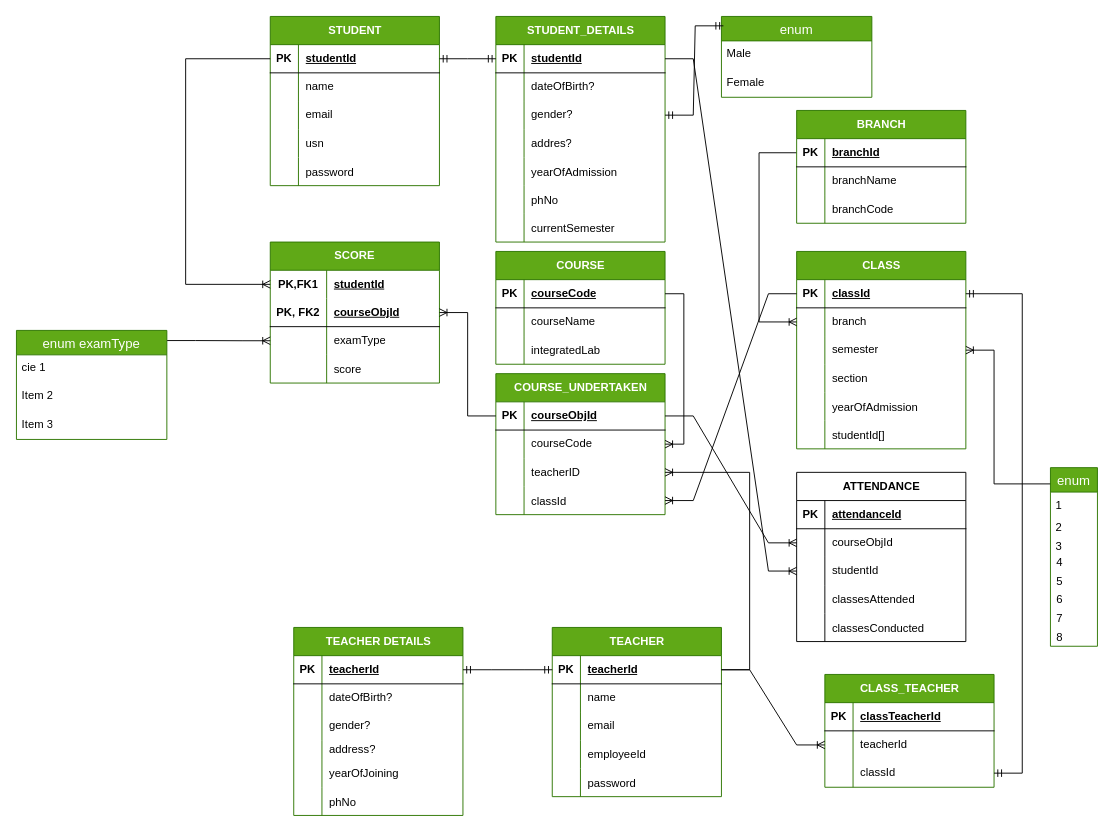
This is server/CodeIo.drawio from raina-pulkit/CodeIO, a draw.io file, before an edit. Source tidied: cells renumbered, new cells numbered last; positions are measured from the earlier drawing's top-left corner, leaving out a move shared by most shapes. Both pictures are drawn from the tidied source at 94%, with x=0, y=0 at pixel (16, 16).
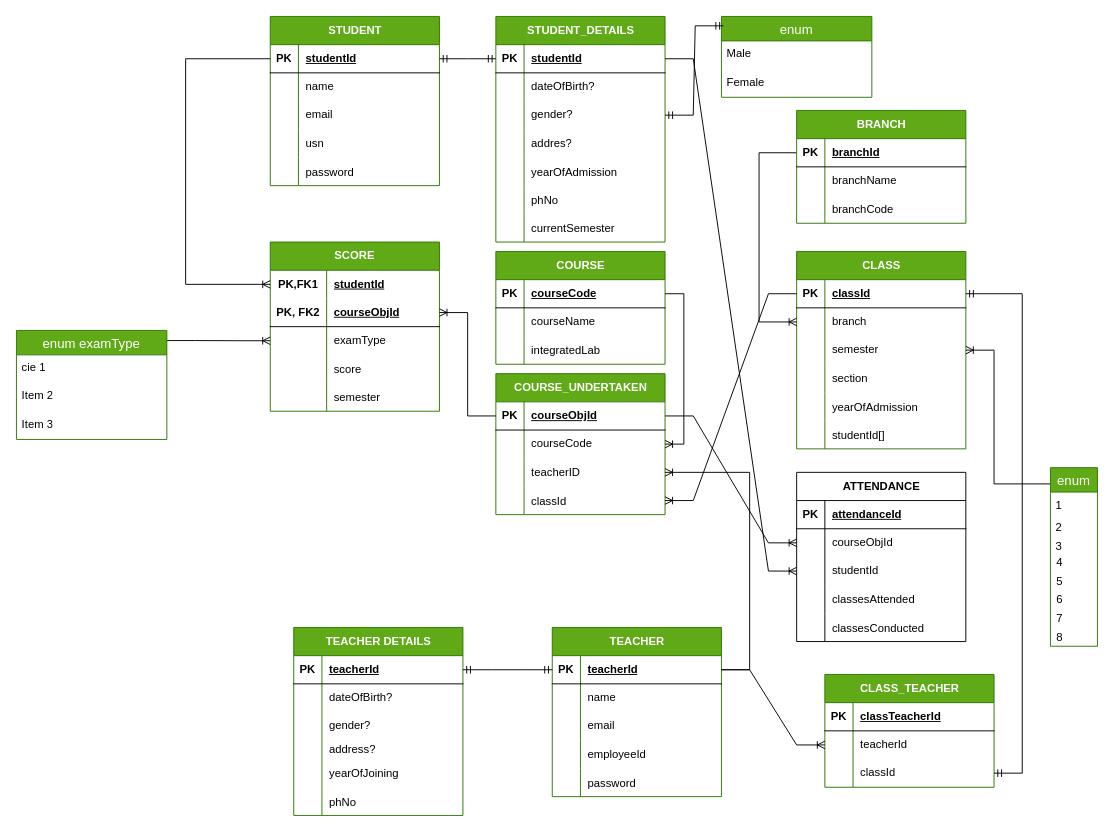
The same page after the edit.

Change to the diagram source:
```diff
@@
     <mxCell id="45" value="SCORE" style="shape=table;startSize=30;childLayout=tableLayout;rowLines=0;fontStyle=1;align=center;html=1;whiteSpace=wrap;fillColor=#60a917;fontColor=#ffffff;strokeColor=#2D7600;" parent="1" vertex="1">
-      <mxGeometry x="270" y="240" width="180" height="150" as="geometry" />
+      <mxGeometry x="270" y="240" width="180" height="180" as="geometry" />
     </mxCell>
@@
+    <mxCell id="208" style="shape=tableRow;horizontal=0;startSize=0;swimlaneHead=0;swimlaneBody=0;fillColor=none;top=0;left=0;right=0;bottom=0;" parent="45" vertex="1">
+      <mxGeometry y="150" width="180" height="30" as="geometry" />
+    </mxCell>
+    <mxCell id="209" style="shape=partialRectangle;fillColor=none;top=0;left=0;bottom=0;right=0;overflow=hidden;" parent="208" vertex="1">
+      <mxGeometry width="60" height="30" as="geometry" />
+    </mxCell>
+    <mxCell id="210" value="semester" style="shape=partialRectangle;fillColor=none;top=0;left=0;bottom=0;right=0;align=left;spacingLeft=6;overflow=hidden;" parent="208" vertex="1">
+      <mxGeometry x="60" width="120" height="30" as="geometry" />
+    </mxCell>
```
